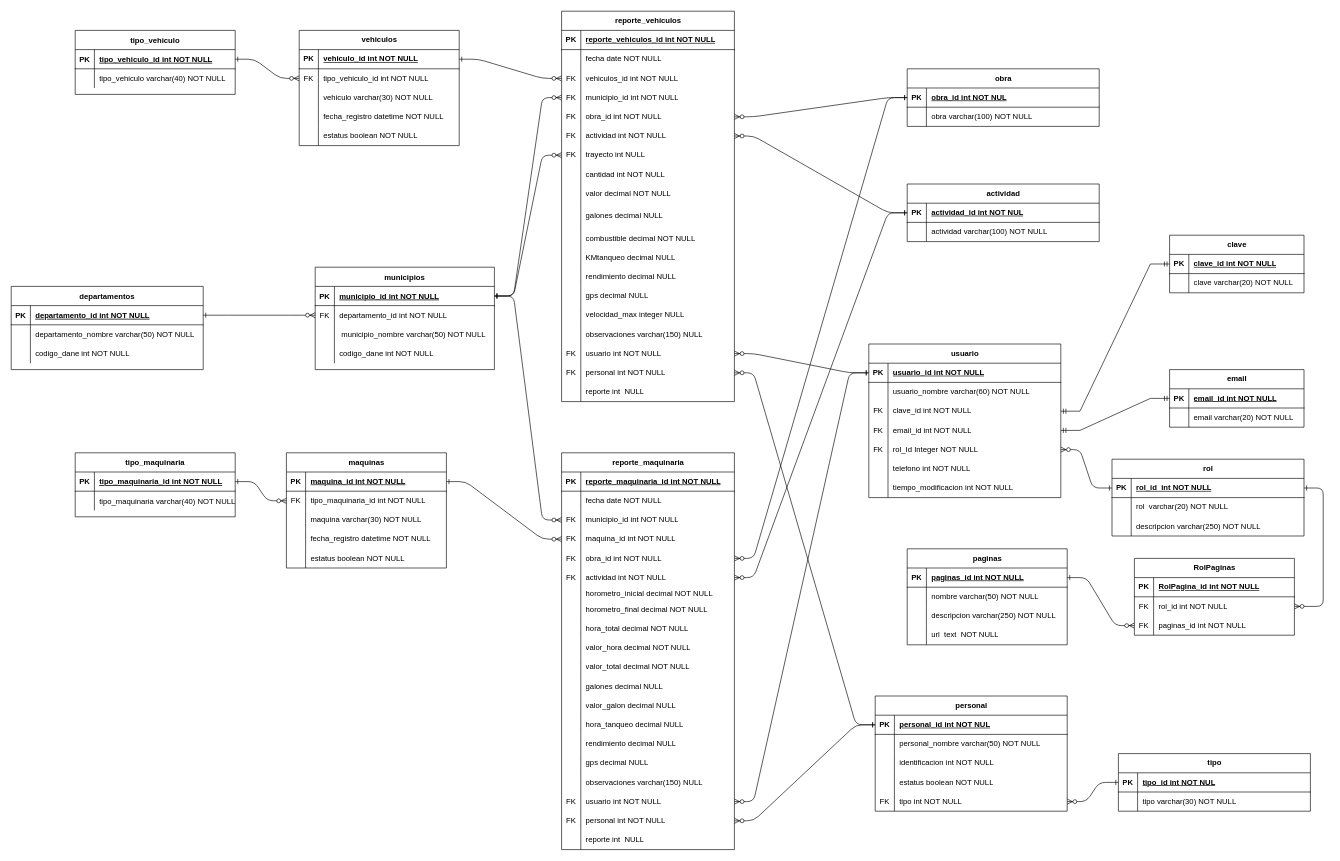
This is MER/gestionMaquinaria&Vehiculos.drawio from MasacradorM/Gestion-de-Maquinaria-y-Vehiculos, a draw.io file, before an edit. Source tidied: cells renumbered, new cells numbered last; positions are measured from the earlier drawing's top-left corner, leaving out a move shared by most shapes. Both pictures are drawn from the tidied source at 64%, with x=0, y=0 at pixel (11, 11).
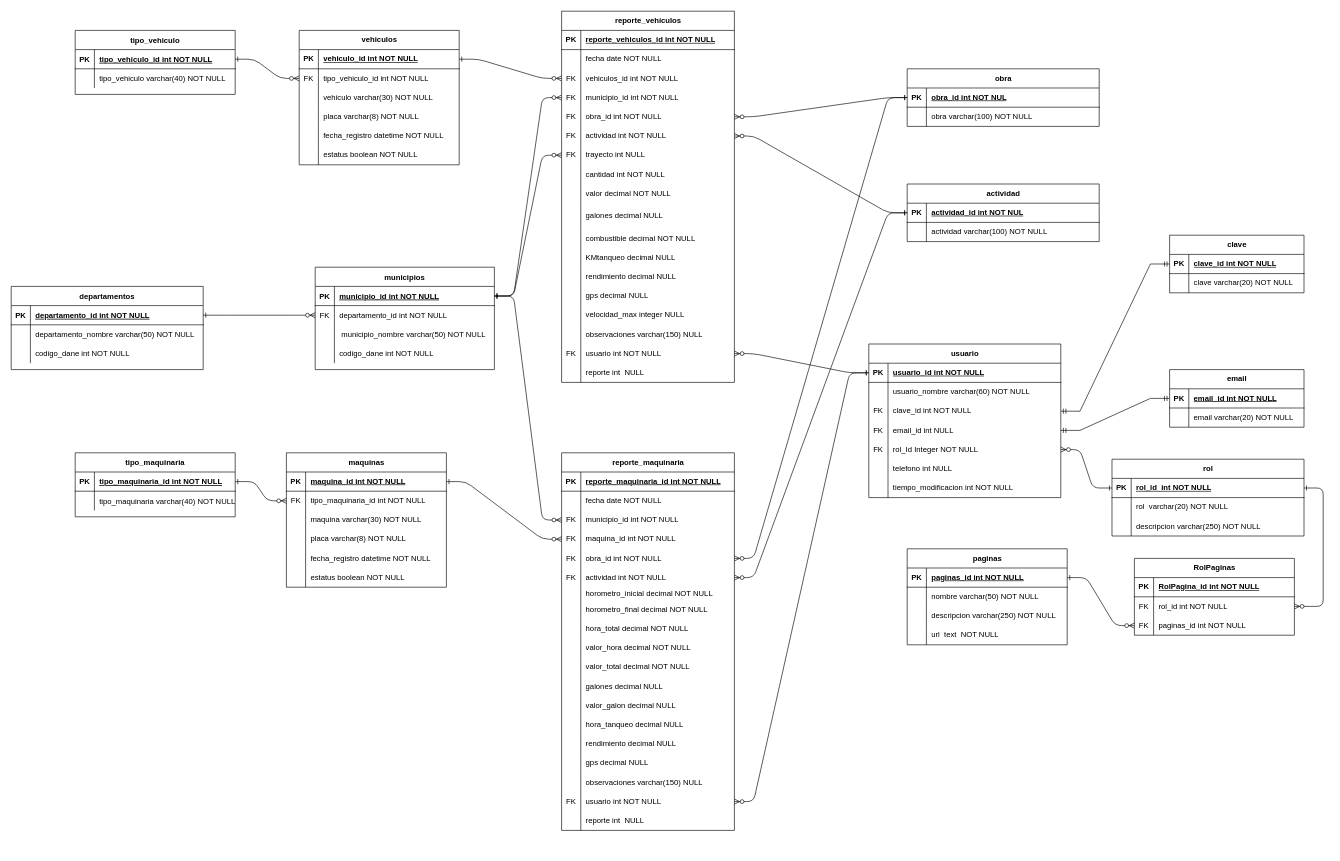
The same page after the edit.

Unchanged cells that the change refers to:
```xml
<mxCell id="206" style="shape=tableRow;horizontal=0;startSize=0;swimlaneHead=0;swimlaneBody=0;fillColor=none;points=[[0,0.5],[1,0.5]];portConstraint=eastwest;top=0;left=0;right=0;bottom=0;" parent="196" vertex="1">
  <mxGeometry y="120" width="300" height="30" as="geometry" />
</mxCell>
<mxCell id="212" style="shape=tableRow;horizontal=0;startSize=0;swimlaneHead=0;swimlaneBody=0;fillColor=none;top=0;left=0;right=0;bottom=0;" parent="196" vertex="1">
  <mxGeometry y="180" width="300" height="30" as="geometry" />
</mxCell>
```

Diff of the diagram source:
```diff
@@
     <mxCell id="34" value="maquinas" style="shape=table;startSize=30;childLayout=tableLayout;rowLines=0;fontStyle=1;align=center;html=1;" parent="1" vertex="1">
-      <mxGeometry x="430" y="690" width="250" height="180" as="geometry" />
+      <mxGeometry x="430" y="690" width="250" height="210" as="geometry" />
     </mxCell>
@@
+    <mxCell id="318" style="shape=tableRow;horizontal=0;startSize=0;swimlaneHead=0;swimlaneBody=0;fillColor=none;top=0;left=0;right=0;bottom=0;" parent="34" vertex="1">
+      <mxGeometry y="120" width="250" height="30" as="geometry" />
+    </mxCell>
+    <mxCell id="319" style="shape=partialRectangle;fillColor=none;top=0;left=0;bottom=0;right=0;overflow=hidden;whiteSpace=wrap;html=1;" parent="318" vertex="1">
+      <mxGeometry width="30" height="30" as="geometry" />
+    </mxCell>
+    <mxCell id="320" value="placa varchar(8) NOT NULL&amp;nbsp;" style="shape=partialRectangle;fillColor=none;top=0;left=0;bottom=0;right=0;align=left;spacingLeft=6;overflow=hidden;whiteSpace=wrap;html=1;" parent="318" vertex="1">
+      <mxGeometry x="30" width="220" height="30" as="geometry" />
+    </mxCell>
     <mxCell id="44" style="shape=tableRow;horizontal=0;startSize=0;swimlaneHead=0;swimlaneBody=0;fillColor=none;top=0;left=0;right=0;bottom=0;" parent="34" vertex="1">
-      <mxGeometry y="120" width="250" height="30" as="geometry" />
+      <mxGeometry y="150" width="250" height="30" as="geometry" />
     </mxCell>
@@
     <mxCell id="47" style="shape=tableRow;horizontal=0;startSize=0;swimlaneHead=0;swimlaneBody=0;fillColor=none;top=0;left=0;right=0;bottom=0;" parent="34" vertex="1">
-      <mxGeometry y="150" width="250" height="30" as="geometry" />
+      <mxGeometry y="180" width="250" height="30" as="geometry" />
     </mxCell>
@@
     <mxCell id="50" value="reporte_maquinaria" style="shape=table;startSize=30;childLayout=tableLayout;rowLines=0;fontStyle=1;align=center;html=1;" parent="1" vertex="1">
-      <mxGeometry x="860" y="690" width="270" height="620" as="geometry" />
+      <mxGeometry x="860" y="690" width="270" height="590" as="geometry" />
     </mxCell>
@@
-    <mxCell id="105" style="shape=tableRow;horizontal=0;startSize=0;swimlaneHead=0;swimlaneBody=0;fillColor=none;points=[[0,0.5],[1,0.5]];portConstraint=eastwest;top=0;left=0;right=0;bottom=0;" parent="50" vertex="1">
-      <mxGeometry y="560" width="270" height="30" as="geometry" />
-    </mxCell>
-    <mxCell id="106" value="FK" style="shape=partialRectangle;fillColor=none;top=0;left=0;bottom=0;right=0;overflow=hidden;whiteSpace=wrap;html=1;" parent="105" vertex="1">
-      <mxGeometry width="30" height="30" as="geometry" />
-    </mxCell>
-    <mxCell id="107" value="&lt;span style=&quot;text-wrap-mode: nowrap;&quot;&gt;personal int NOT NULL&lt;/span&gt;" style="shape=partialRectangle;fillColor=none;top=0;left=0;bottom=0;right=0;align=left;spacingLeft=6;overflow=hidden;whiteSpace=wrap;html=1;" parent="105" vertex="1">
-      <mxGeometry x="30" width="240" height="30" as="geometry" />
-    </mxCell>
     <mxCell id="108" style="shape=tableRow;horizontal=0;startSize=0;swimlaneHead=0;swimlaneBody=0;fillColor=none;top=0;left=0;right=0;bottom=0;" parent="50" vertex="1">
-      <mxGeometry y="590" width="270" height="30" as="geometry" />
+      <mxGeometry y="560" width="270" height="30" as="geometry" />
     </mxCell>
@@
-    <mxCell id="111" style="edgeStyle=entityRelationEdgeStyle;endArrow=ERzeroToMany;startArrow=ERone;endFill=1;startFill=0;" parent="1" edge="1" source="278" target="105">
-      <mxGeometry relative="1" as="geometry" />
-    </mxCell>
@@
     <mxCell id="113" value="reporte_vehículos" style="shape=table;startSize=30;childLayout=tableLayout;rowLines=0;fontStyle=1;align=center;html=1;" parent="1" vertex="1">
-      <mxGeometry x="860" width="270" height="610" as="geometry" />
+      <mxGeometry x="860" width="270" height="580" as="geometry" />
     </mxCell>
@@
-    <mxCell id="165" style="shape=tableRow;horizontal=0;startSize=0;swimlaneHead=0;swimlaneBody=0;fillColor=none;points=[[0,0.5],[1,0.5]];portConstraint=eastwest;top=0;left=0;right=0;bottom=0;" parent="113" vertex="1">
-      <mxGeometry y="550" width="270" height="30" as="geometry" />
-    </mxCell>
-    <mxCell id="166" value="FK" style="shape=partialRectangle;fillColor=none;top=0;left=0;bottom=0;right=0;overflow=hidden;whiteSpace=wrap;html=1;" parent="165" vertex="1">
-      <mxGeometry width="30" height="30" as="geometry" />
-    </mxCell>
-    <mxCell id="167" value="&lt;span style=&quot;text-wrap-mode: nowrap;&quot;&gt;personal&lt;/span&gt;&lt;span style=&quot;text-wrap-mode: nowrap;&quot;&gt;&amp;nbsp;int NOT NULL&lt;/span&gt;" style="shape=partialRectangle;fillColor=none;top=0;left=0;bottom=0;right=0;align=left;spacingLeft=6;overflow=hidden;whiteSpace=wrap;html=1;" parent="165" vertex="1">
-      <mxGeometry x="30" width="240" height="30" as="geometry" />
-    </mxCell>
     <mxCell id="168" style="shape=tableRow;horizontal=0;startSize=0;swimlaneHead=0;swimlaneBody=0;fillColor=none;top=0;left=0;right=0;bottom=0;" parent="113" vertex="1">
-      <mxGeometry y="580" width="270" height="30" as="geometry" />
+      <mxGeometry y="550" width="270" height="30" as="geometry" />
     </mxCell>
@@
     <mxCell id="179" value="vehiculos" style="shape=table;startSize=30;childLayout=tableLayout;rowLines=0;fontStyle=1;align=center;html=1;" parent="1" vertex="1">
-      <mxGeometry x="450" y="30" width="250" height="180" as="geometry" />
+      <mxGeometry x="450" y="30" width="250" height="210" as="geometry" />
     </mxCell>
@@
+    <mxCell id="321" style="shape=tableRow;horizontal=0;startSize=0;swimlaneHead=0;swimlaneBody=0;fillColor=none;top=0;left=0;right=0;bottom=0;" parent="179" vertex="1">
+      <mxGeometry y="120" width="250" height="30" as="geometry" />
+    </mxCell>
+    <mxCell id="322" style="shape=partialRectangle;fillColor=none;top=0;left=0;bottom=0;right=0;overflow=hidden;whiteSpace=wrap;html=1;" parent="321" vertex="1">
+      <mxGeometry width="30" height="30" as="geometry" />
+    </mxCell>
+    <mxCell id="323" value="placa varchar(8) NOT NULL&amp;nbsp;" style="shape=partialRectangle;fillColor=none;top=0;left=0;bottom=0;right=0;align=left;spacingLeft=6;overflow=hidden;whiteSpace=wrap;html=1;" parent="321" vertex="1">
+      <mxGeometry x="30" width="220" height="30" as="geometry" />
+    </mxCell>
     <mxCell id="189" style="shape=tableRow;horizontal=0;startSize=0;swimlaneHead=0;swimlaneBody=0;fillColor=none;top=0;left=0;right=0;bottom=0;" parent="179" vertex="1">
-      <mxGeometry y="120" width="250" height="30" as="geometry" />
+      <mxGeometry y="150" width="250" height="30" as="geometry" />
     </mxCell>
@@
     <mxCell id="192" style="shape=tableRow;horizontal=0;startSize=0;swimlaneHead=0;swimlaneBody=0;fillColor=none;top=0;left=0;right=0;bottom=0;" parent="179" vertex="1">
-      <mxGeometry y="150" width="250" height="30" as="geometry" />
+      <mxGeometry y="180" width="250" height="30" as="geometry" />
     </mxCell>
@@
-    <mxCell id="208" value="email_id int NOT NULL" style="shape=partialRectangle;fillColor=none;top=0;left=0;bottom=0;right=0;align=left;spacingLeft=6;overflow=hidden;whiteSpace=wrap;html=1;" parent="206" vertex="1">
+    <mxCell id="208" value="email_id int NULL" style="shape=partialRectangle;fillColor=none;top=0;left=0;bottom=0;right=0;align=left;spacingLeft=6;overflow=hidden;whiteSpace=wrap;html=1;" parent="206" vertex="1">
       <mxGeometry x="30" width="270" height="30" as="geometry" />
     </mxCell>
@@
-    <mxCell id="214" value="telefono&lt;span style=&quot;background-color: transparent; color: light-dark(rgb(0, 0, 0), rgb(255, 255, 255));&quot;&gt;&amp;nbsp;int NOT NULL&lt;/span&gt;&lt;span style=&quot;background-color: transparent; color: light-dark(rgb(0, 0, 0), rgb(255, 255, 255)); white-space: pre;&quot;&gt;&#9;&lt;/span&gt;" style="shape=partialRectangle;fillColor=none;top=0;left=0;bottom=0;right=0;align=left;spacingLeft=6;overflow=hidden;whiteSpace=wrap;html=1;" parent="212" vertex="1">
+    <mxCell id="214" value="telefono&lt;span style=&quot;background-color: transparent; color: light-dark(rgb(0, 0, 0), rgb(255, 255, 255));&quot;&gt;&amp;nbsp;int NULL&lt;/span&gt;&lt;span style=&quot;background-color: transparent; color: light-dark(rgb(0, 0, 0), rgb(255, 255, 255)); white-space: pre;&quot;&gt;&#9;&lt;/span&gt;" style="shape=partialRectangle;fillColor=none;top=0;left=0;bottom=0;right=0;align=left;spacingLeft=6;overflow=hidden;whiteSpace=wrap;html=1;" parent="212" vertex="1">
       <mxGeometry x="30" width="270" height="30" as="geometry" />
     </mxCell>
@@
-    <mxCell id="247" style="edgeStyle=entityRelationEdgeStyle;endArrow=ERzeroToMany;startArrow=ERone;endFill=1;startFill=0;" parent="1" edge="1" source="278" target="165">
-      <mxGeometry relative="1" as="geometry" />
-    </mxCell>
@@
-    <mxCell id="267" value="tipo" style="shape=table;startSize=30;childLayout=tableLayout;rowLines=0;fontStyle=1;align=center;html=1;" parent="1" vertex="1">
-      <mxGeometry x="1730" y="1160" width="300" height="90" as="geometry" />
-    </mxCell>
-    <mxCell id="268" style="shape=tableRow;horizontal=0;startSize=0;swimlaneHead=0;swimlaneBody=0;fillColor=none;points=[[0,0.5],[1,0.5]];portConstraint=eastwest;top=0;left=0;right=0;bottom=1;" parent="267" vertex="1">
-      <mxGeometry y="30" width="300" height="30" as="geometry" />
-    </mxCell>
-    <mxCell id="269" value="PK" style="shape=partialRectangle;fillColor=none;top=0;left=0;bottom=0;right=0;fontStyle=1;overflow=hidden;whiteSpace=wrap;html=1;" parent="268" vertex="1">
-      <mxGeometry width="30" height="30" as="geometry" />
-    </mxCell>
-    <mxCell id="270" value="tipo_id int NOT NUL" style="shape=partialRectangle;fillColor=none;top=0;left=0;bottom=0;right=0;align=left;spacingLeft=6;fontStyle=5;overflow=hidden;whiteSpace=wrap;html=1;" parent="268" vertex="1">
-      <mxGeometry x="30" width="270" height="30" as="geometry" />
-    </mxCell>
-    <mxCell id="271" style="shape=tableRow;horizontal=0;startSize=0;swimlaneHead=0;swimlaneBody=0;fillColor=none;top=0;left=0;right=0;bottom=0;" parent="267" vertex="1">
-      <mxGeometry y="60" width="300" height="30" as="geometry" />
-    </mxCell>
-    <mxCell id="272" style="shape=partialRectangle;fillColor=none;top=0;left=0;bottom=0;right=0;overflow=hidden;whiteSpace=wrap;html=1;" parent="271" vertex="1">
-      <mxGeometry width="30" height="30" as="geometry" />
-    </mxCell>
-    <mxCell id="273" value="tipo varchar(30) NOT NULL" style="shape=partialRectangle;fillColor=none;top=0;left=0;bottom=0;right=0;align=left;spacingLeft=6;overflow=hidden;whiteSpace=wrap;html=1;" parent="271" vertex="1">
-      <mxGeometry x="30" width="270" height="30" as="geometry" />
-    </mxCell>
-    <mxCell id="274" style="edgeStyle=entityRelationEdgeStyle;endArrow=ERzeroToMany;startArrow=ERone;endFill=1;startFill=0;" parent="1" edge="1" source="268" target="290">
-      <mxGeometry relative="1" as="geometry" />
-    </mxCell>
@@
-    <mxCell id="277" value="personal" style="shape=table;startSize=30;childLayout=tableLayout;rowLines=0;fontStyle=1;align=center;html=1;" parent="1" vertex="1">
-      <mxGeometry x="1350" y="1070" width="300" height="180" as="geometry" />
-    </mxCell>
-    <mxCell id="278" style="shape=tableRow;horizontal=0;startSize=0;swimlaneHead=0;swimlaneBody=0;fillColor=none;points=[[0,0.5],[1,0.5]];portConstraint=eastwest;top=0;left=0;right=0;bottom=1;" parent="277" vertex="1">
-      <mxGeometry y="30" width="300" height="30" as="geometry" />
-    </mxCell>
-    <mxCell id="279" value="PK" style="shape=partialRectangle;fillColor=none;top=0;left=0;bottom=0;right=0;fontStyle=1;overflow=hidden;whiteSpace=wrap;html=1;" parent="278" vertex="1">
-      <mxGeometry width="30" height="30" as="geometry" />
-    </mxCell>
-    <mxCell id="280" value="personal_id int NOT NUL" style="shape=partialRectangle;fillColor=none;top=0;left=0;bottom=0;right=0;align=left;spacingLeft=6;fontStyle=5;overflow=hidden;whiteSpace=wrap;html=1;" parent="278" vertex="1">
-      <mxGeometry x="30" width="270" height="30" as="geometry" />
-    </mxCell>
-    <mxCell id="281" style="shape=tableRow;horizontal=0;startSize=0;swimlaneHead=0;swimlaneBody=0;fillColor=none;top=0;left=0;right=0;bottom=0;" parent="277" vertex="1">
-      <mxGeometry y="60" width="300" height="30" as="geometry" />
-    </mxCell>
-    <mxCell id="282" style="shape=partialRectangle;fillColor=none;top=0;left=0;bottom=0;right=0;overflow=hidden;whiteSpace=wrap;html=1;" parent="281" vertex="1">
-      <mxGeometry width="30" height="30" as="geometry" />
-    </mxCell>
-    <mxCell id="283" value="personal_nombre varchar(50) NOT NULL" style="shape=partialRectangle;fillColor=none;top=0;left=0;bottom=0;right=0;align=left;spacingLeft=6;overflow=hidden;whiteSpace=wrap;html=1;" parent="281" vertex="1">
-      <mxGeometry x="30" width="270" height="30" as="geometry" />
-    </mxCell>
-    <mxCell id="284" style="shape=tableRow;horizontal=0;startSize=0;swimlaneHead=0;swimlaneBody=0;fillColor=none;top=0;left=0;right=0;bottom=0;" parent="277" vertex="1">
-      <mxGeometry y="90" width="300" height="30" as="geometry" />
-    </mxCell>
-    <mxCell id="285" style="shape=partialRectangle;fillColor=none;top=0;left=0;bottom=0;right=0;overflow=hidden;whiteSpace=wrap;html=1;" parent="284" vertex="1">
-      <mxGeometry width="30" height="30" as="geometry" />
-    </mxCell>
-    <mxCell id="286" value="identificacion int NOT NULL" style="shape=partialRectangle;fillColor=none;top=0;left=0;bottom=0;right=0;align=left;spacingLeft=6;overflow=hidden;whiteSpace=wrap;html=1;" parent="284" vertex="1">
-      <mxGeometry x="30" width="270" height="30" as="geometry" />
-    </mxCell>
-    <mxCell id="287" style="shape=tableRow;horizontal=0;startSize=0;swimlaneHead=0;swimlaneBody=0;fillColor=none;top=0;left=0;right=0;bottom=0;" parent="277" vertex="1">
-      <mxGeometry y="120" width="300" height="30" as="geometry" />
-    </mxCell>
-    <mxCell id="288" style="shape=partialRectangle;fillColor=none;top=0;left=0;bottom=0;right=0;overflow=hidden;whiteSpace=wrap;html=1;" parent="287" vertex="1">
-      <mxGeometry width="30" height="30" as="geometry" />
-    </mxCell>
-    <mxCell id="289" value="estatus boolean NOT NULL" style="shape=partialRectangle;fillColor=none;top=0;left=0;bottom=0;right=0;align=left;spacingLeft=6;overflow=hidden;whiteSpace=wrap;html=1;" parent="287" vertex="1">
-      <mxGeometry x="30" width="270" height="30" as="geometry" />
-    </mxCell>
-    <mxCell id="290" style="shape=tableRow;horizontal=0;startSize=0;swimlaneHead=0;swimlaneBody=0;fillColor=none;points=[[0,0.5],[1,0.5]];portConstraint=eastwest;top=0;left=0;right=0;bottom=0;" parent="277" vertex="1">
-      <mxGeometry y="150" width="300" height="30" as="geometry" />
-    </mxCell>
-    <mxCell id="291" value="FK" style="shape=partialRectangle;fillColor=none;top=0;left=0;bottom=0;right=0;overflow=hidden;whiteSpace=wrap;html=1;" parent="290" vertex="1">
-      <mxGeometry width="30" height="30" as="geometry" />
-    </mxCell>
-    <mxCell id="292" value="tipo int NOT NULL" style="shape=partialRectangle;fillColor=none;top=0;left=0;bottom=0;right=0;align=left;spacingLeft=6;overflow=hidden;whiteSpace=wrap;html=1;" parent="290" vertex="1">
-      <mxGeometry x="30" width="270" height="30" as="geometry" />
-    </mxCell>
```
